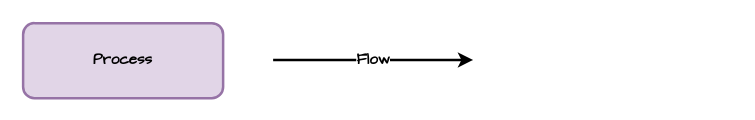
Above: page "flowchart_symbol_1" (1 of 13) of flowcharts.drawio in DamoM73/turtle_vid_tute (draw.io), before the change. Source tidied: cells renumbered, new cells numbered last; positions are measured from the earlier drawing's top-left corner, leaving out a move shared by most shapes. Both pictures are drawn from the tidied source at 125%, with x=0, y=0 at pixel (22, 22).
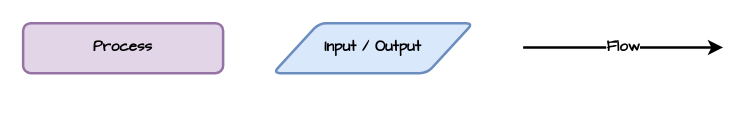
Above is the later version.

Change to the diagram source:
```diff
@@
 <mxGraphModel>
   <root>
     <mxCell id="0" />
     <mxCell id="1" parent="0" />
+    <mxCell id="3" value="Flow" style="endArrow=classic;html=1;rounded=0;strokeWidth=2;fontFamily=Comic Sans MS;fontSize=12;fontStyle=1;" parent="1" edge="1">
+      <mxGeometry relative="1" as="geometry">
+        <mxPoint x="400" y="19.5" as="sourcePoint" />
+        <mxPoint x="560" y="19.5" as="targetPoint" />
+      </mxGeometry>
+    </mxCell>
     <mxCell id="2" value="Process" style="rounded=1;whiteSpace=wrap;html=1;strokeWidth=2;fontFamily=Comic Sans MS;fontSize=12;fillColor=#e1d5e7;strokeColor=#9673a6;fontStyle=1;" parent="1" vertex="1">
-      <mxGeometry width="160" height="60" as="geometry" />
+      <mxGeometry width="160" height="40" as="geometry" />
     </mxCell>
-    <mxCell id="3" value="Flow" style="endArrow=classic;html=1;rounded=0;strokeWidth=2;fontFamily=Comic Sans MS;fontSize=12;fontStyle=1;" parent="1" edge="1">
-      <mxGeometry relative="1" as="geometry">
-        <mxPoint x="200" y="29.5" as="sourcePoint" />
-        <mxPoint x="360" y="29.5" as="targetPoint" />
-      </mxGeometry>
-    </mxCell>
+    <mxCell id="4" value="Input / Output" style="shape=parallelogram;html=1;strokeWidth=2;perimeter=parallelogramPerimeter;whiteSpace=wrap;rounded=1;arcSize=12;size=0.23;fillColor=#dae8fc;strokeColor=#6c8ebf;fontFamily=Comic Sans MS;fontStyle=1;" parent="1" vertex="1">
+      <mxGeometry x="200" width="160" height="40" as="geometry" />
+    </mxCell>
   </root>
 </mxGraphModel>
```
